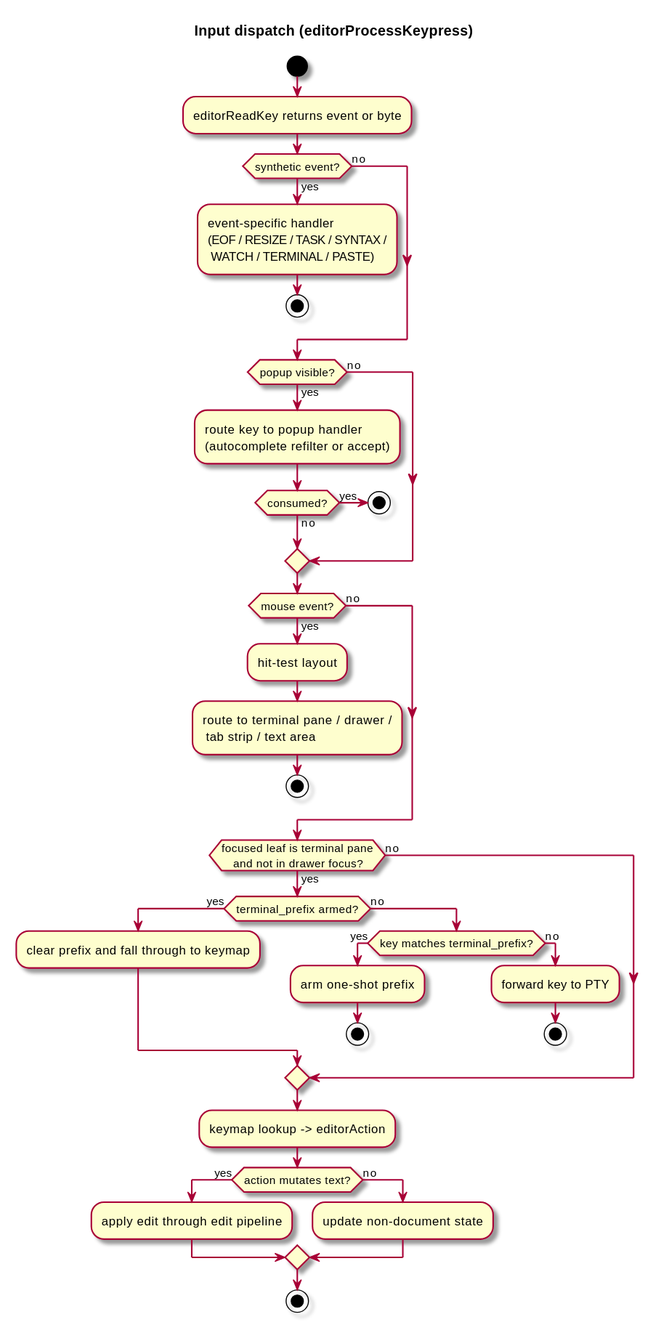
The PlantUML diagram docs/diagrams/svg/action-dispatch.svg in kokkoniemi/rotide, before a commit. Its source is kept beside it as docs/diagrams/src/action-dispatch.puml.
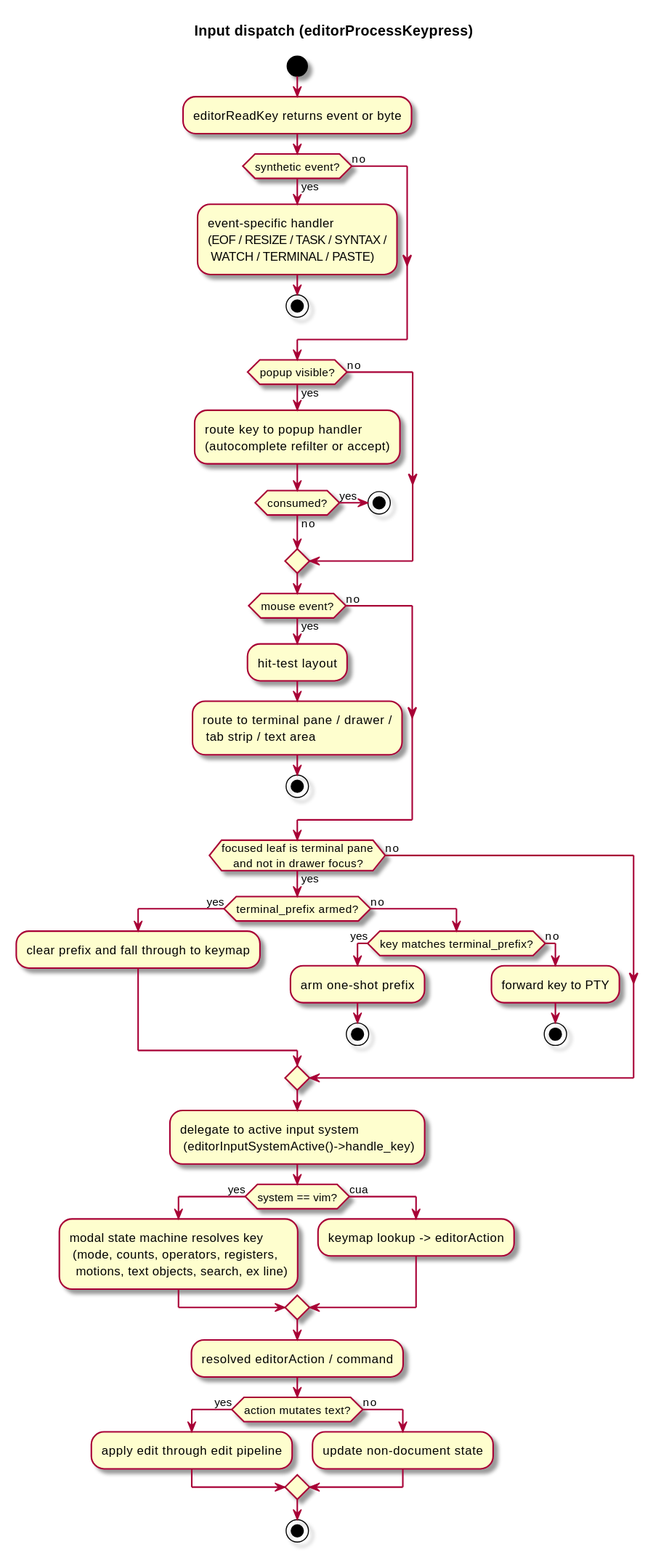
The same diagram one commit later.

Diff of the diagram source:
```diff
@@ -43,7 +43,16 @@
   endif
 else (no)
 endif
-:keymap lookup -> editorAction;
+:delegate to active input system
+ (editorInputSystemActive()->handle_key);
+if (system == vim?) then (yes)
+  :modal state machine resolves key
+   (mode, counts, operators, registers,
+    motions, text objects, search, ex line);
+else (cua)
+  :keymap lookup -> editorAction;
+endif
+:resolved editorAction / command;
 if (action mutates text?) then (yes)
   :apply edit through edit pipeline;
 else (no)
```
